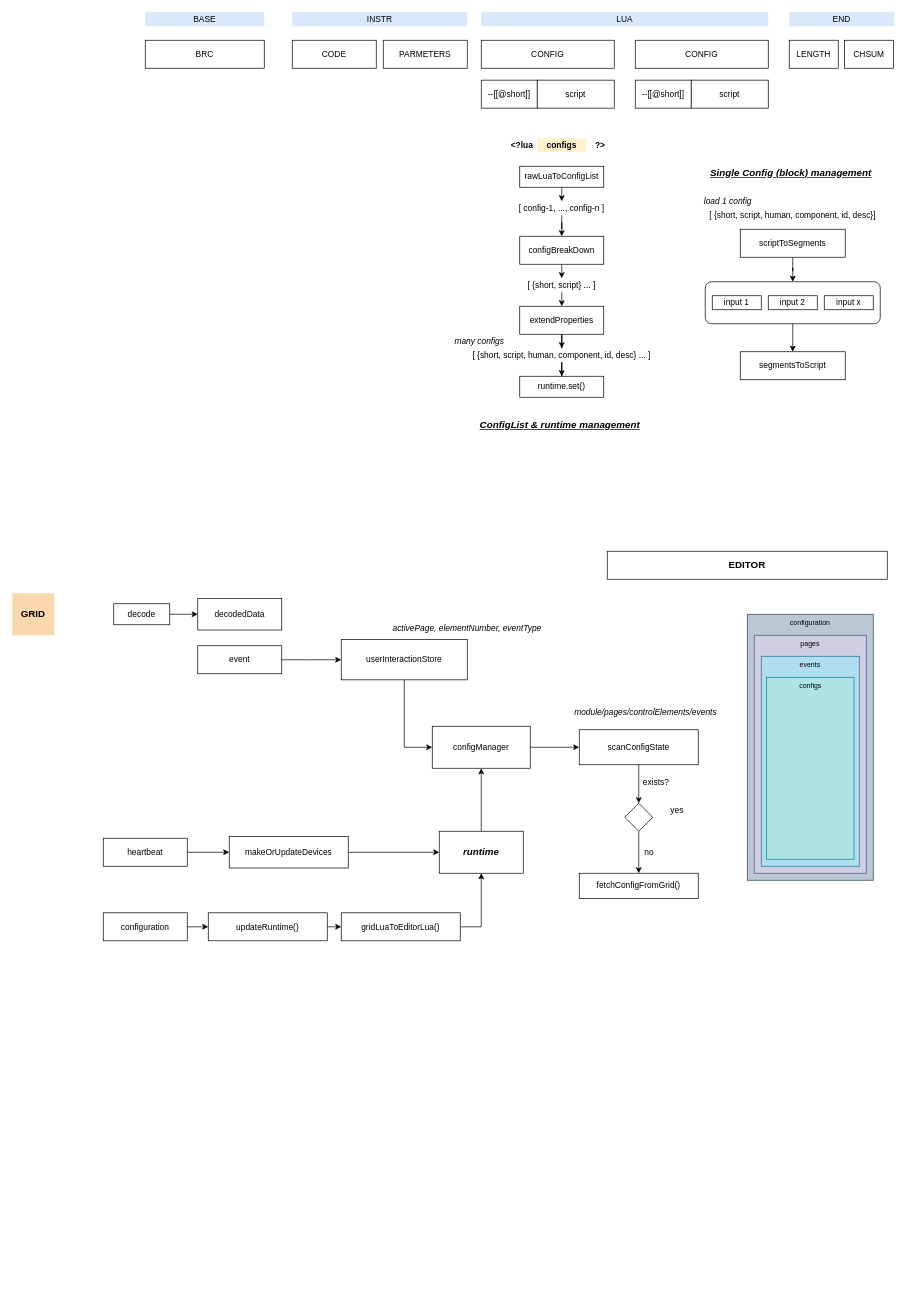
intechstudio/grid-editor keeps this draw.io diagram as page "parse scripts" (3 of 4) of doc-editor.drawio. Above is the earlier version. Source tidied: cells renumbered, new cells numbered last; positions are measured from the earlier drawing's top-left corner, leaving out a move shared by most shapes. Both pictures are drawn from the tidied source at 70%, with x=0, y=0 at pixel (12, 12).
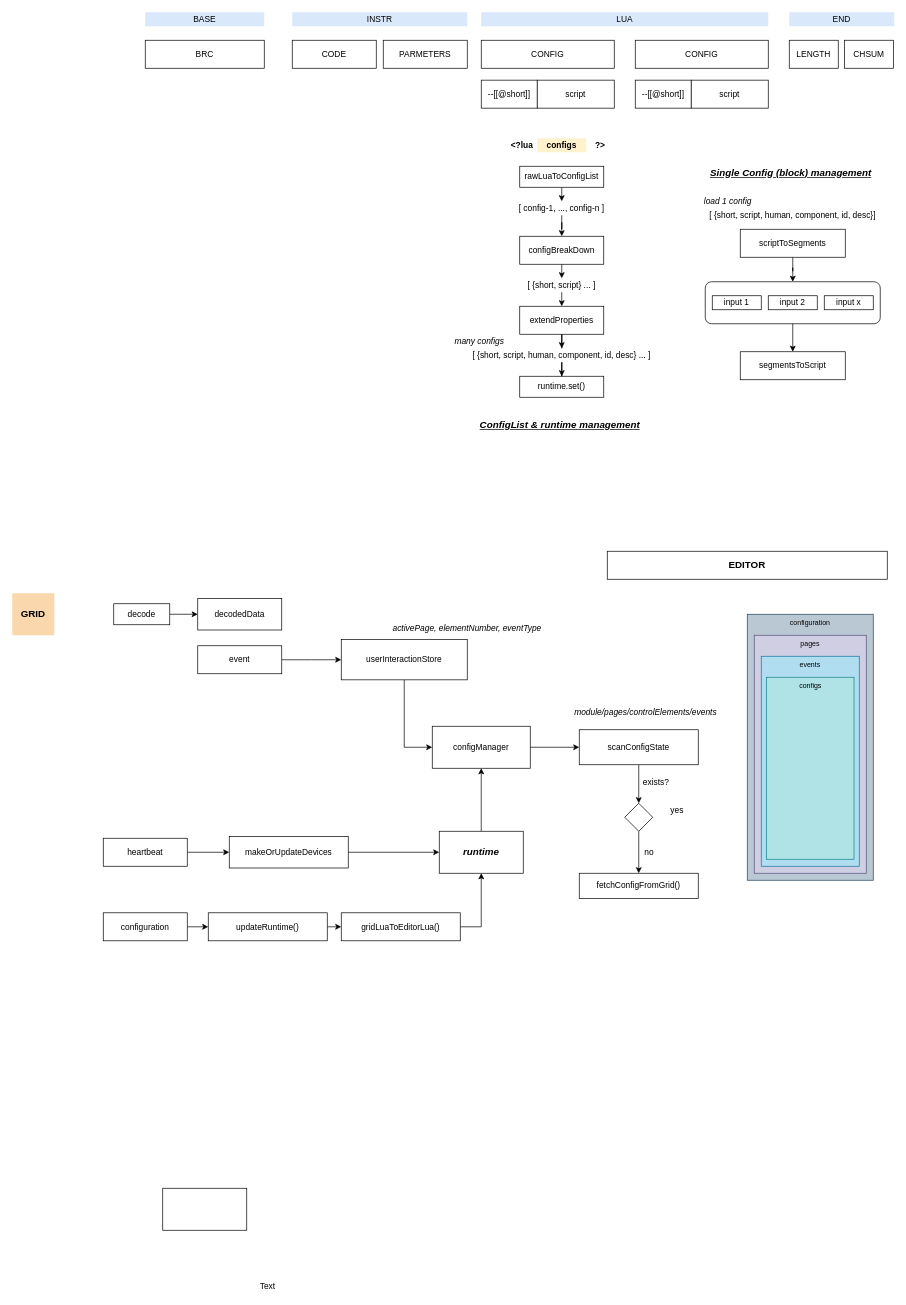
Above is the later version.

Diff of the diagram source:
```diff
@@
+    <mxCell id="85" style="rounded=0;whiteSpace=wrap;html=1;" parent="1" vertex="1">
+      <mxGeometry x="215" y="1680" width="120" height="60" as="geometry" />
+    </mxCell>
+    <mxCell id="86" value="Text" style="text;html=1;strokeColor=none;fillColor=none;align=center;verticalAlign=middle;whiteSpace=wrap;rounded=0;" parent="1" vertex="1">
+      <mxGeometry x="345" y="1810" width="40" height="20" as="geometry" />
+    </mxCell>
```
